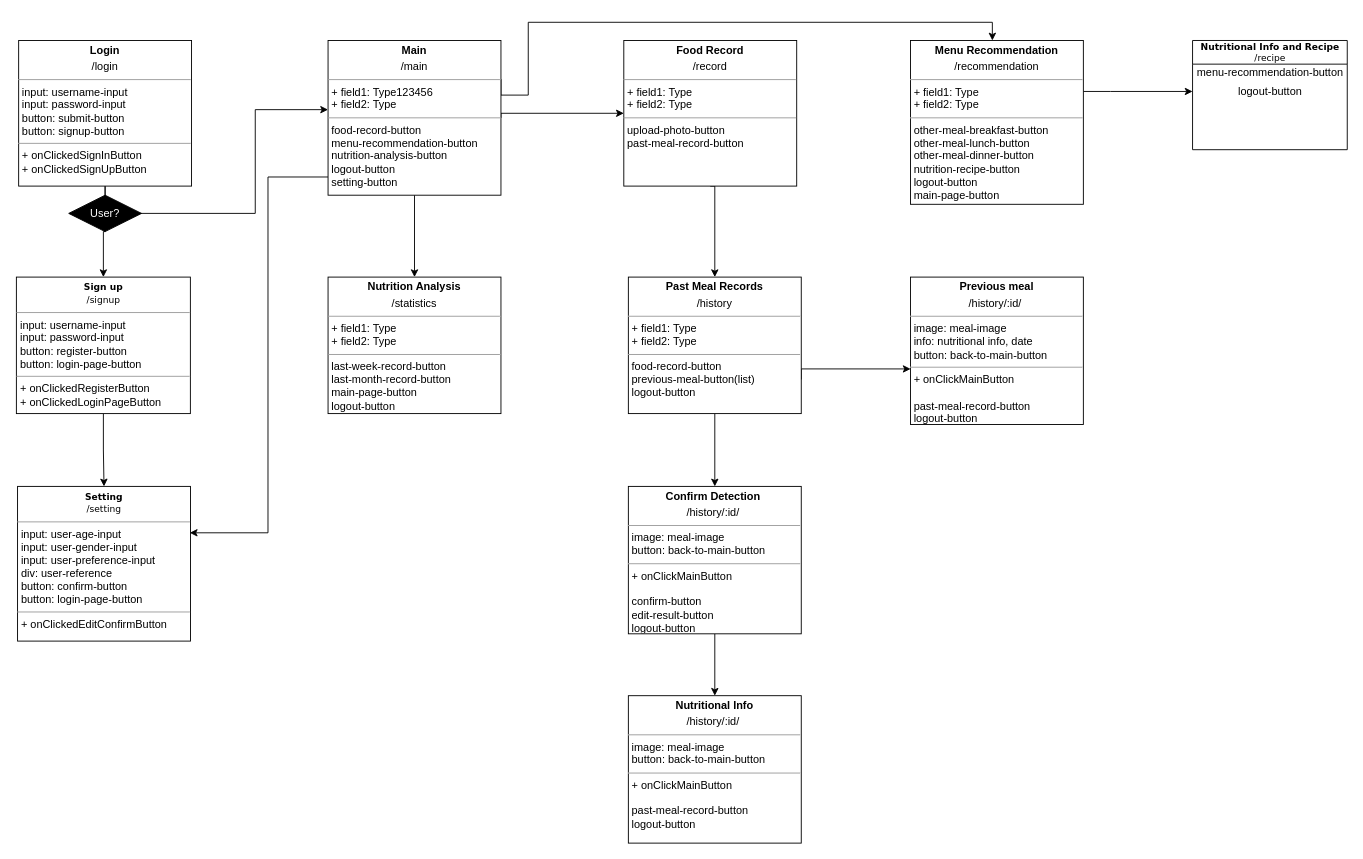
This is Untitled Diagram.drawio from swsnu/swpp2021-team5, a draw.io file, before an edit. Source tidied: cells renumbered, new cells numbered last; positions are measured from the earlier drawing's top-left corner, leaving out a move shared by most shapes. Both pictures are drawn from the tidied source at 91%, with x=0, y=0 at pixel (16, 22).
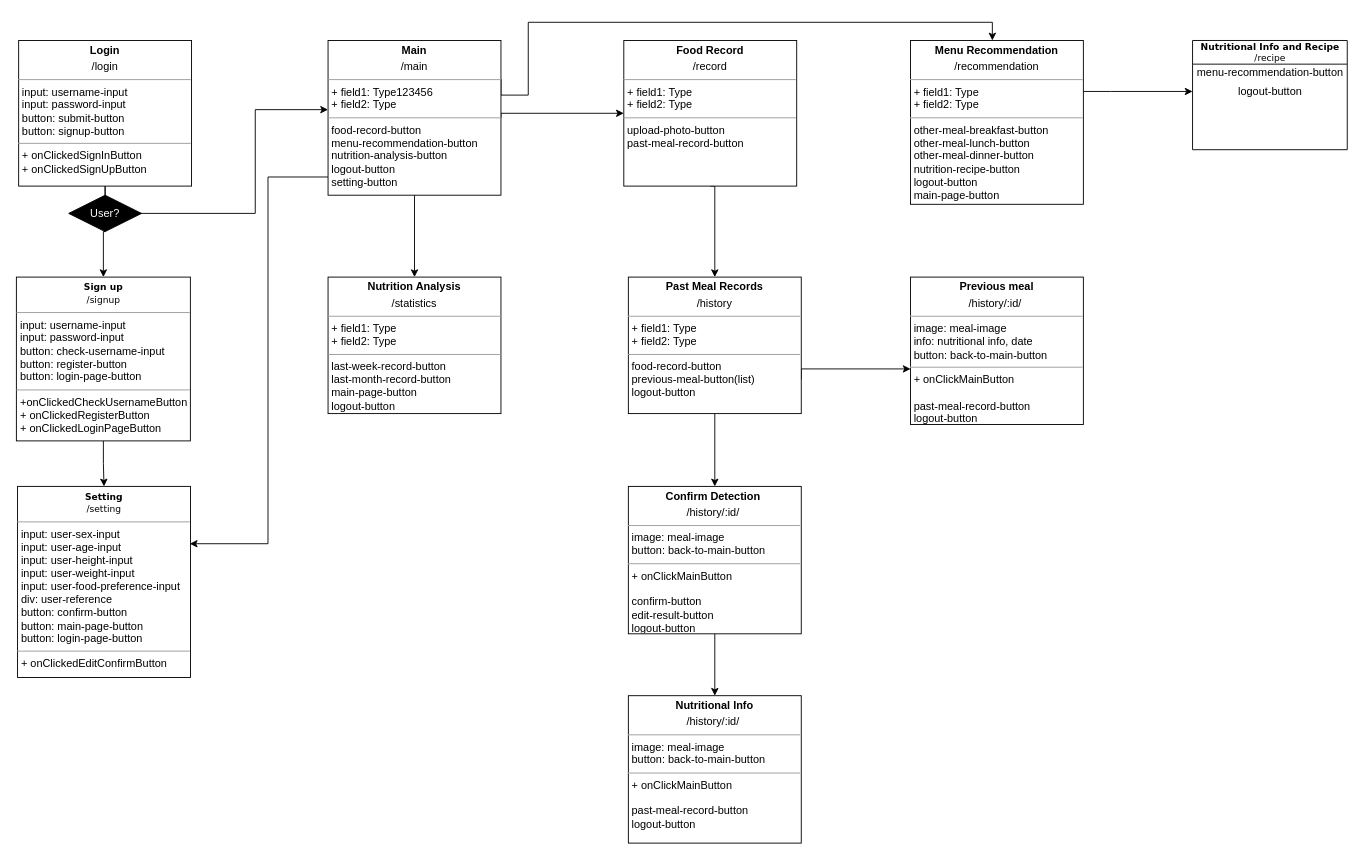
The same page after the edit.

The change refers to these unchanged cells:
```xml
<mxCell id="12" value="&lt;p style=&quot;margin: 0px ; margin-top: 4px ; text-align: center&quot;&gt;&lt;b&gt;Main&lt;/b&gt;&lt;/p&gt;&lt;p style=&quot;margin: 0px ; margin-top: 4px ; text-align: center&quot;&gt;/main&lt;/p&gt;&lt;hr size=&quot;1&quot;&gt;&lt;p style=&quot;margin: 0px ; margin-left: 4px&quot;&gt;+ field1: Type123456&lt;br&gt;+ field2: Type&lt;/p&gt;&lt;hr size=&quot;1&quot;&gt;&lt;p style=&quot;margin: 0px ; margin-left: 4px&quot;&gt;food-record-button&lt;/p&gt;&lt;p style=&quot;margin: 0px ; margin-left: 4px&quot;&gt;menu-recommendation-button&lt;/p&gt;&lt;p style=&quot;margin: 0px ; margin-left: 4px&quot;&gt;nutrition-analysis-button&lt;/p&gt;&lt;p style=&quot;margin: 0px ; margin-left: 4px&quot;&gt;logout-button&lt;/p&gt;&lt;p style=&quot;margin: 0px ; margin-left: 4px&quot;&gt;setting-button&lt;/p&gt;" style="verticalAlign=top;align=left;overflow=fill;fontSize=12;fontFamily=Helvetica;html=1;rounded=0;shadow=0;comic=0;labelBackgroundColor=none;strokeWidth=1;" parent="1" vertex="1">
  <mxGeometry x="342" y="20" width="190" height="170" as="geometry" />
</mxCell>
```

What changed in the source:
```diff
@@
     <mxCell id="8" style="edgeStyle=orthogonalEdgeStyle;rounded=0;jettySize=auto;html=1;entryX=0.996;entryY=0.3;entryDx=0;entryDy=0;entryPerimeter=0;" parent="1" edge="1" source="12" target="24">
       <mxGeometry relative="1" as="geometry">
         <Array as="points">
           <mxPoint x="276" y="170" />
-          <mxPoint x="276" y="561" />
+          <mxPoint x="276" y="573" />
         </Array>
       </mxGeometry>
     </mxCell>
@@
-    <mxCell id="23" value="&lt;p style=&quot;margin: 0px ; margin-top: 4px ; text-align: center&quot;&gt;&lt;b style=&quot;font-family: &amp;#34;verdana&amp;#34; ; font-size: 10px&quot;&gt;Sign up&lt;/b&gt;&lt;br style=&quot;font-family: &amp;#34;verdana&amp;#34; ; font-size: 10px&quot;&gt;&lt;span style=&quot;font-family: &amp;#34;verdana&amp;#34; ; font-size: 10px&quot;&gt;/signup&lt;/span&gt;&lt;br&gt;&lt;/p&gt;&lt;hr size=&quot;1&quot;&gt;&lt;p style=&quot;margin: 0px ; margin-left: 4px&quot;&gt;input: username-input&lt;/p&gt;&lt;p style=&quot;margin: 0px ; margin-left: 4px&quot;&gt;input: password-input&lt;/p&gt;&lt;p style=&quot;margin: 0px ; margin-left: 4px&quot;&gt;button: register-button&lt;/p&gt;&lt;p style=&quot;margin: 0px ; margin-left: 4px&quot;&gt;button: login-page-button&lt;/p&gt;&lt;hr size=&quot;1&quot;&gt;&lt;p style=&quot;margin: 0px ; margin-left: 4px&quot;&gt;+ onClickedRegisterButton&lt;/p&gt;&lt;p style=&quot;margin: 0px ; margin-left: 4px&quot;&gt;+ onClickedLoginPageButton&lt;/p&gt;" style="verticalAlign=top;align=left;overflow=fill;fontSize=12;fontFamily=Helvetica;html=1;" parent="1" vertex="1">
-      <mxGeometry x="-0.5" y="280" width="191.2" height="150" as="geometry" />
+    <mxCell id="23" value="&lt;p style=&quot;margin: 4px 0px 0px ; text-align: center&quot;&gt;&lt;b style=&quot;font-family: &amp;#34;verdana&amp;#34; ; font-size: 10px&quot;&gt;Sign up&lt;/b&gt;&lt;br style=&quot;font-family: &amp;#34;verdana&amp;#34; ; font-size: 10px&quot;&gt;&lt;span style=&quot;font-family: &amp;#34;verdana&amp;#34; ; font-size: 10px&quot;&gt;/signup&lt;/span&gt;&lt;br&gt;&lt;/p&gt;&lt;hr size=&quot;1&quot;&gt;&lt;p style=&quot;margin: 0px 0px 0px 4px&quot;&gt;input: username-input&lt;/p&gt;&lt;p style=&quot;margin: 0px 0px 0px 4px&quot;&gt;input: password-input&lt;/p&gt;&lt;p style=&quot;margin: 0px 0px 0px 4px&quot;&gt;button: check-username-input&lt;/p&gt;&lt;p style=&quot;margin: 0px 0px 0px 4px&quot;&gt;button: register-button&lt;/p&gt;&lt;p style=&quot;margin: 0px 0px 0px 4px&quot;&gt;button: login-page-button&lt;/p&gt;&lt;hr size=&quot;1&quot;&gt;&lt;p style=&quot;margin: 0px 0px 0px 4px&quot;&gt;+onClickedCheckUsernameButton&lt;/p&gt;&lt;p style=&quot;margin: 0px 0px 0px 4px&quot;&gt;+ onClickedRegisterButton&lt;/p&gt;&lt;p style=&quot;margin: 0px 0px 0px 4px&quot;&gt;+ onClickedLoginPageButton&lt;/p&gt;" style="verticalAlign=top;align=left;overflow=fill;fontSize=12;fontFamily=Helvetica;html=1;" parent="1" vertex="1">
+      <mxGeometry x="-0.5" y="280" width="191.2" height="180" as="geometry" />
     </mxCell>
-    <mxCell id="24" value="&lt;p style=&quot;margin: 0px ; margin-top: 4px ; text-align: center&quot;&gt;&lt;b style=&quot;font-family: &amp;#34;verdana&amp;#34; ; font-size: 10px&quot;&gt;Setting&lt;/b&gt;&lt;br style=&quot;font-family: &amp;#34;verdana&amp;#34; ; font-size: 10px&quot;&gt;&lt;span style=&quot;font-family: &amp;#34;verdana&amp;#34; ; font-size: 10px&quot;&gt;/setting&lt;/span&gt;&lt;br&gt;&lt;/p&gt;&lt;hr size=&quot;1&quot;&gt;&lt;p style=&quot;margin: 0px ; margin-left: 4px&quot;&gt;input: user-age-input&lt;/p&gt;&lt;p style=&quot;margin: 0px ; margin-left: 4px&quot;&gt;input: user-gender-input&lt;/p&gt;&lt;p style=&quot;margin: 0px ; margin-left: 4px&quot;&gt;input: user-preference-input&lt;/p&gt;&lt;p style=&quot;margin: 0px ; margin-left: 4px&quot;&gt;div: user-reference&lt;/p&gt;&lt;p style=&quot;margin: 0px ; margin-left: 4px&quot;&gt;button: confirm-button&lt;/p&gt;&lt;p style=&quot;margin: 0px ; margin-left: 4px&quot;&gt;button: login-page-button&lt;/p&gt;&lt;hr size=&quot;1&quot;&gt;&lt;p style=&quot;margin: 0px ; margin-left: 4px&quot;&gt;+ onClickedEditConfirmButton&lt;/p&gt;" style="verticalAlign=top;align=left;overflow=fill;fontSize=12;fontFamily=Helvetica;html=1;" parent="1" vertex="1">
-      <mxGeometry x="0.8" y="510" width="190" height="170" as="geometry" />
+    <mxCell id="24" value="&lt;p style=&quot;margin: 4px 0px 0px ; text-align: center&quot;&gt;&lt;b style=&quot;font-family: &amp;#34;verdana&amp;#34; ; font-size: 10px&quot;&gt;Setting&lt;/b&gt;&lt;br style=&quot;font-family: &amp;#34;verdana&amp;#34; ; font-size: 10px&quot;&gt;&lt;span style=&quot;font-family: &amp;#34;verdana&amp;#34; ; font-size: 10px&quot;&gt;/setting&lt;/span&gt;&lt;br&gt;&lt;/p&gt;&lt;hr size=&quot;1&quot;&gt;&lt;p style=&quot;margin: 0px 0px 0px 4px&quot;&gt;input: user-sex-input&lt;/p&gt;&lt;p style=&quot;margin: 0px 0px 0px 4px&quot;&gt;input: user-age-input&lt;/p&gt;&lt;p style=&quot;margin: 0px 0px 0px 4px&quot;&gt;input: user-height-input&lt;/p&gt;&lt;p style=&quot;margin: 0px 0px 0px 4px&quot;&gt;input: user-weight-input&lt;/p&gt;&lt;p style=&quot;margin: 0px 0px 0px 4px&quot;&gt;input: user-food-preference-input&lt;br&gt;&lt;/p&gt;&lt;p style=&quot;margin: 0px 0px 0px 4px&quot;&gt;div: user-reference&lt;/p&gt;&lt;p style=&quot;margin: 0px 0px 0px 4px&quot;&gt;button: confirm-button&lt;/p&gt;&lt;p style=&quot;margin: 0px 0px 0px 4px&quot;&gt;button: main-page-button&lt;/p&gt;&lt;p style=&quot;margin: 0px 0px 0px 4px&quot;&gt;button: login-page-button&lt;/p&gt;&lt;hr size=&quot;1&quot;&gt;&lt;p style=&quot;margin: 0px 0px 0px 4px&quot;&gt;+ onClickedEditConfirmButton&lt;/p&gt;" style="verticalAlign=top;align=left;overflow=fill;fontSize=12;fontFamily=Helvetica;html=1;" parent="1" vertex="1">
+      <mxGeometry x="0.8" y="510" width="190" height="210" as="geometry" />
     </mxCell>
```
